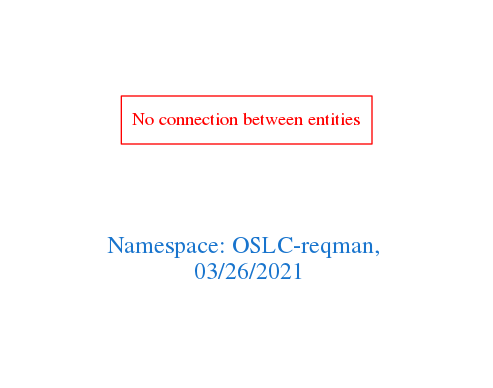
Above: downloads/OSLC-reqman.png in arago/OGIT (Graphviz), before the change. Its source is kept beside it as downloads/OSLC-reqman.dot.
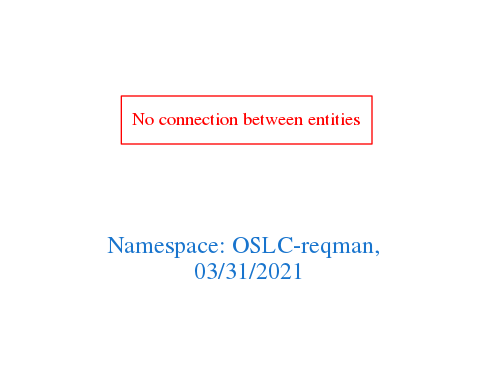
The same file after the commit.

What changed in the source:
```diff
@@ -1,7 +1,7 @@
 digraph OGIT_ontology {
  graph [ rankdir= LR,pad=1
 fontsize = 18,
-fontcolor= dodgerblue3,label = "\n\n\nNamespace: OSLC-reqman, \n 03/26/2021"];
+fontcolor= dodgerblue3,label = "\n\n\nNamespace: OSLC-reqman, \n 03/31/2021"];
 node[shape=polygon];
 edge [  color="gray81"];
 
```
